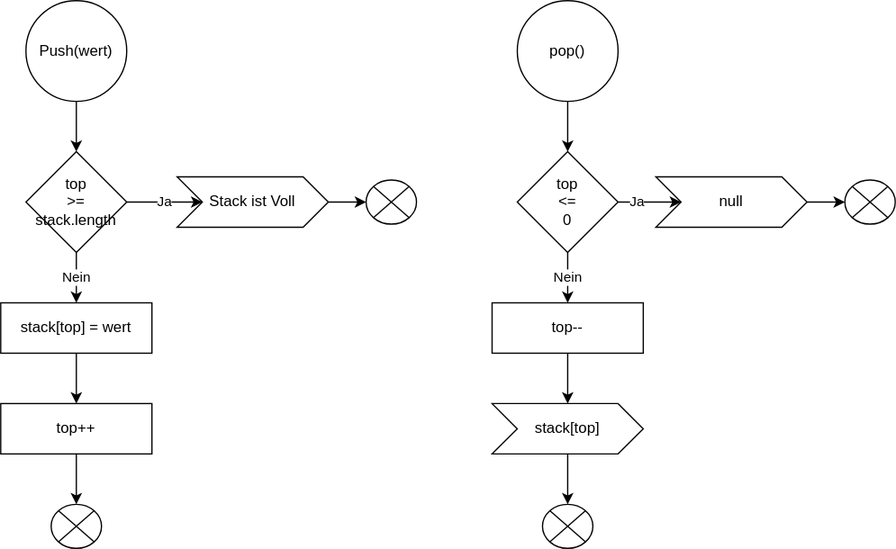
The draw.io diagram img/Stack_Diagram.drawio.svg in amariwan/Stack-Queue-LinkedList, before a commit. Source tidied: cells renumbered, new cells last; positions are measured from the earlier drawing's top-left corner, leaving out a move shared by most shapes.
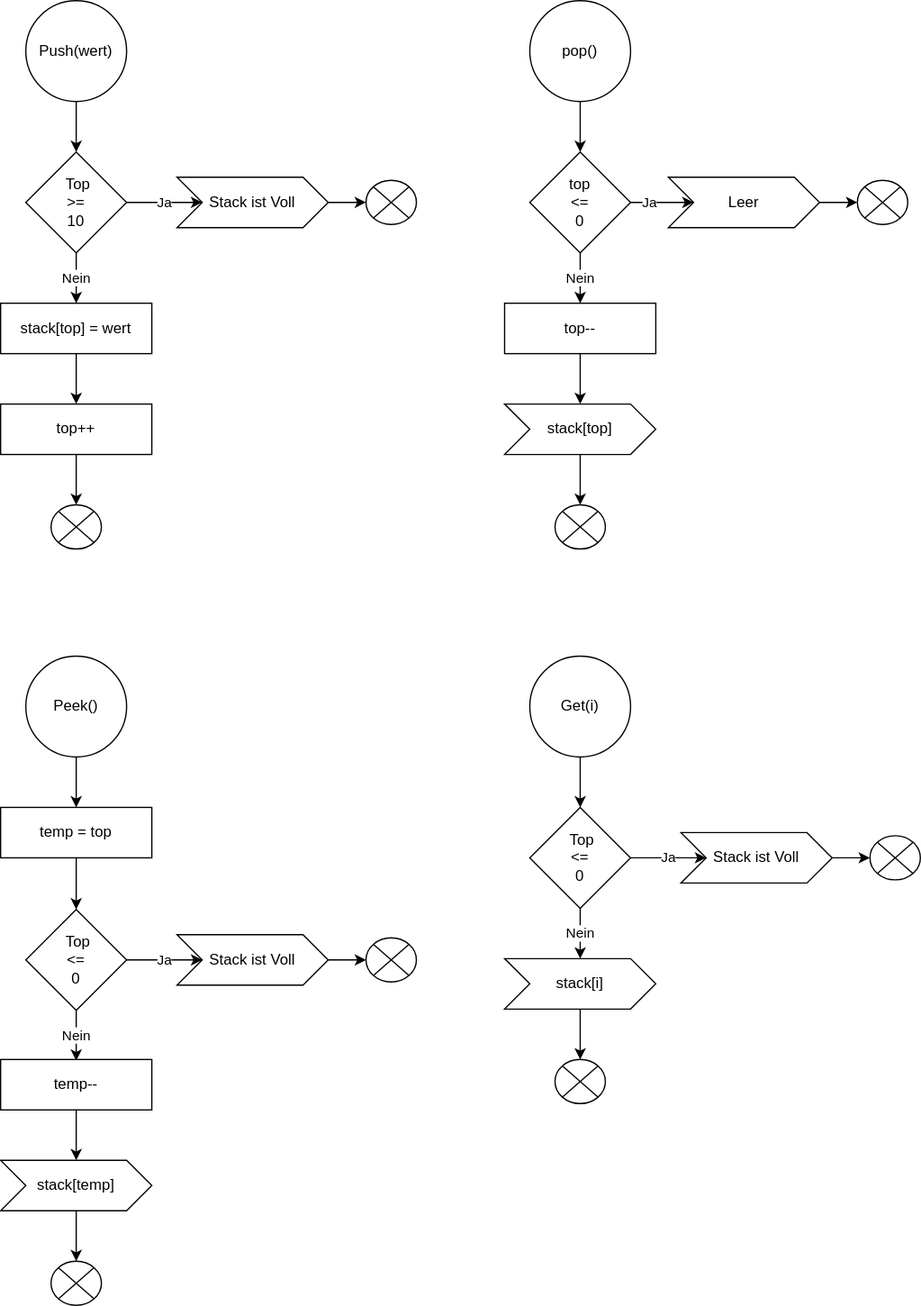
Later version of the same file.

Diff of the diagram source:
```diff
@@ -14,7 +14,7 @@
     <mxCell id="5" value="Nein" style="edgeStyle=orthogonalEdgeStyle;rounded=0;jettySize=auto;html=1;" parent="1" edge="1" source="6" target="11">
       <mxGeometry relative="1" as="geometry" />
     </mxCell>
-    <mxCell id="6" value="top &lt;br&gt;&amp;gt;= stack.length" style="rhombus;whiteSpace=wrap;html=1;" parent="1" vertex="1">
+    <mxCell id="6" value="&amp;nbsp;Top &lt;br&gt;&amp;gt;= &lt;br&gt;10" style="rhombus;whiteSpace=wrap;html=1;" parent="1" vertex="1">
       <mxGeometry x="20" y="120" width="80" height="80" as="geometry" />
     </mxCell>
     <mxCell id="7" style="edgeStyle=orthogonalEdgeStyle;rounded=0;jettySize=auto;html=1;" parent="1" edge="1" source="8" target="9">
@@ -45,7 +45,7 @@
       <mxGeometry relative="1" as="geometry" />
     </mxCell>
     <mxCell id="16" value="pop()" style="ellipse;whiteSpace=wrap;html=1;" parent="1" vertex="1">
-      <mxGeometry x="410" width="80" height="80" as="geometry" />
+      <mxGeometry x="420" width="80" height="80" as="geometry" />
     </mxCell>
     <mxCell id="17" value="Ja" style="edgeStyle=orthogonalEdgeStyle;rounded=0;jettySize=auto;html=1;entryX=0;entryY=0.5;entryDx=0;entryDy=0;" parent="1" edge="1" source="19" target="21">
       <mxGeometry relative="1" as="geometry" />
@@ -54,31 +54,115 @@
       <mxGeometry relative="1" as="geometry" />
     </mxCell>
     <mxCell id="19" value="top &lt;br&gt;&amp;lt;= &lt;br&gt;0" style="rhombus;whiteSpace=wrap;html=1;" parent="1" vertex="1">
-      <mxGeometry x="410" y="120" width="80" height="80" as="geometry" />
+      <mxGeometry x="420" y="120" width="80" height="80" as="geometry" />
     </mxCell>
     <mxCell id="20" style="edgeStyle=orthogonalEdgeStyle;rounded=0;jettySize=auto;html=1;" parent="1" edge="1" source="21" target="22">
       <mxGeometry relative="1" as="geometry" />
     </mxCell>
-    <mxCell id="21" value="null" style="shape=step;perimeter=stepPerimeter;whiteSpace=wrap;html=1;fixedSize=1;" parent="1" vertex="1">
-      <mxGeometry x="520" y="140" width="120" height="40" as="geometry" />
+    <mxCell id="21" value="Leer" style="shape=step;perimeter=stepPerimeter;whiteSpace=wrap;html=1;fixedSize=1;" parent="1" vertex="1">
+      <mxGeometry x="530" y="140" width="120" height="40" as="geometry" />
     </mxCell>
     <mxCell id="22" style="verticalLabelPosition=bottom;verticalAlign=top;html=1;shape=mxgraph.flowchart.or;" parent="1" vertex="1">
-      <mxGeometry x="670" y="142.5" width="40" height="35" as="geometry" />
+      <mxGeometry x="680" y="142.5" width="40" height="35" as="geometry" />
     </mxCell>
     <mxCell id="23" style="edgeStyle=orthogonalEdgeStyle;rounded=0;jettySize=auto;html=1;" parent="1" edge="1" source="24" target="26">
       <mxGeometry relative="1" as="geometry" />
     </mxCell>
     <mxCell id="24" value="top--" style="rounded=0;whiteSpace=wrap;html=1;" parent="1" vertex="1">
-      <mxGeometry x="390" y="240" width="120" height="40" as="geometry" />
+      <mxGeometry x="400" y="240" width="120" height="40" as="geometry" />
     </mxCell>
     <mxCell id="25" style="edgeStyle=orthogonalEdgeStyle;rounded=0;jettySize=auto;html=1;" parent="1" edge="1" source="26" target="27">
       <mxGeometry relative="1" as="geometry" />
     </mxCell>
     <mxCell id="26" value="stack[top]" style="shape=step;perimeter=stepPerimeter;whiteSpace=wrap;html=1;fixedSize=1;" parent="1" vertex="1">
-      <mxGeometry x="390" y="320" width="120" height="40" as="geometry" />
+      <mxGeometry x="400" y="320" width="120" height="40" as="geometry" />
     </mxCell>
     <mxCell id="27" style="verticalLabelPosition=bottom;verticalAlign=top;html=1;shape=mxgraph.flowchart.or;" parent="1" vertex="1">
-      <mxGeometry x="430" y="400" width="40" height="35" as="geometry" />
+      <mxGeometry x="440" y="400" width="40" height="35" as="geometry" />
     </mxCell>
+    <mxCell id="28" style="edgeStyle=orthogonalEdgeStyle;rounded=0;jettySize=auto;html=1;entryX=0.5;entryY=0;entryDx=0;entryDy=0;" parent="1" edge="1" source="29" target="37">
+      <mxGeometry relative="1" as="geometry" />
+    </mxCell>
+    <mxCell id="29" value="Peek()" style="ellipse;whiteSpace=wrap;html=1;" parent="1" vertex="1">
+      <mxGeometry x="20" y="520" width="80" height="80" as="geometry" />
+    </mxCell>
+    <mxCell id="30" value="Ja" style="edgeStyle=orthogonalEdgeStyle;rounded=0;jettySize=auto;html=1;" parent="1" edge="1" source="32" target="34">
+      <mxGeometry relative="1" as="geometry" />
+    </mxCell>
+    <mxCell id="31" value="Nein" style="edgeStyle=orthogonalEdgeStyle;rounded=0;jettySize=auto;html=1;" parent="1" edge="1" source="32">
+      <mxGeometry relative="1" as="geometry">
+        <mxPoint x="60" y="841" as="targetPoint" />
+      </mxGeometry>
+    </mxCell>
+    <mxCell id="32" value="&amp;nbsp;Top &lt;br&gt;&amp;lt;= &lt;br&gt;0" style="rhombus;whiteSpace=wrap;html=1;" parent="1" vertex="1">
+      <mxGeometry x="20" y="721" width="80" height="80" as="geometry" />
+    </mxCell>
+    <mxCell id="33" style="edgeStyle=orthogonalEdgeStyle;rounded=0;jettySize=auto;html=1;" parent="1" edge="1" source="34" target="35">
+      <mxGeometry relative="1" as="geometry" />
+    </mxCell>
+    <mxCell id="34" value="Stack ist Voll" style="shape=step;perimeter=stepPerimeter;whiteSpace=wrap;html=1;fixedSize=1;" parent="1" vertex="1">
+      <mxGeometry x="140" y="741" width="120" height="40" as="geometry" />
+    </mxCell>
+    <mxCell id="35" style="verticalLabelPosition=bottom;verticalAlign=top;html=1;shape=mxgraph.flowchart.or;" parent="1" vertex="1">
+      <mxGeometry x="290" y="743.5" width="40" height="35" as="geometry" />
+    </mxCell>
+    <mxCell id="36" style="edgeStyle=orthogonalEdgeStyle;rounded=0;jettySize=auto;html=1;fontSize=12;" parent="1" edge="1" source="37" target="32">
+      <mxGeometry relative="1" as="geometry" />
+    </mxCell>
+    <mxCell id="37" value="temp = top" style="rounded=0;whiteSpace=wrap;html=1;" parent="1" vertex="1">
+      <mxGeometry y="640" width="120" height="40" as="geometry" />
+    </mxCell>
+    <mxCell id="38" style="edgeStyle=orthogonalEdgeStyle;rounded=0;jettySize=auto;html=1;" parent="1" edge="1" source="39" target="41">
+      <mxGeometry relative="1" as="geometry" />
+    </mxCell>
+    <mxCell id="39" value="temp--" style="rounded=0;whiteSpace=wrap;html=1;" parent="1" vertex="1">
+      <mxGeometry y="840" width="120" height="40" as="geometry" />
+    </mxCell>
+    <mxCell id="40" style="edgeStyle=orthogonalEdgeStyle;rounded=0;jettySize=auto;html=1;" parent="1" edge="1" source="41" target="42">
+      <mxGeometry relative="1" as="geometry" />
+    </mxCell>
+    <mxCell id="41" value="stack[temp]" style="shape=step;perimeter=stepPerimeter;whiteSpace=wrap;html=1;fixedSize=1;" parent="1" vertex="1">
+      <mxGeometry y="920" width="120" height="40" as="geometry" />
+    </mxCell>
+    <mxCell id="42" style="verticalLabelPosition=bottom;verticalAlign=top;html=1;shape=mxgraph.flowchart.or;" parent="1" vertex="1">
+      <mxGeometry x="40" y="1000" width="40" height="35" as="geometry" />
+    </mxCell>
+    <mxCell id="43" style="edgeStyle=orthogonalEdgeStyle;rounded=0;jettySize=auto;html=1;fontSize=12;" parent="1" edge="1" source="44" target="45">
+      <mxGeometry relative="1" as="geometry" />
+    </mxCell>
+    <mxCell id="44" value="Get(i)" style="ellipse;whiteSpace=wrap;html=1;" parent="1" vertex="1">
+      <mxGeometry x="420" y="520" width="80" height="80" as="geometry" />
+    </mxCell>
+    <mxCell id="45" value="&amp;nbsp;Top &lt;br&gt;&amp;lt;= &lt;br&gt;0" style="rhombus;whiteSpace=wrap;html=1;" parent="1" vertex="1">
+      <mxGeometry x="420" y="640" width="80" height="80" as="geometry" />
+    </mxCell>
+    <mxCell id="46" value="Ja" style="edgeStyle=orthogonalEdgeStyle;rounded=0;jettySize=auto;html=1;" parent="1" edge="1" target="48">
+      <mxGeometry relative="1" as="geometry">
+        <mxPoint x="500" y="680" as="sourcePoint" />
+      </mxGeometry>
+    </mxCell>
+    <mxCell id="47" style="edgeStyle=orthogonalEdgeStyle;rounded=0;jettySize=auto;html=1;" parent="1" edge="1" source="48" target="49">
+      <mxGeometry relative="1" as="geometry" />
+    </mxCell>
+    <mxCell id="48" value="Stack ist Voll" style="shape=step;perimeter=stepPerimeter;whiteSpace=wrap;html=1;fixedSize=1;" parent="1" vertex="1">
+      <mxGeometry x="540" y="660" width="120" height="40" as="geometry" />
+    </mxCell>
+    <mxCell id="49" style="verticalLabelPosition=bottom;verticalAlign=top;html=1;shape=mxgraph.flowchart.or;" parent="1" vertex="1">
+      <mxGeometry x="690" y="662.5" width="40" height="35" as="geometry" />
+    </mxCell>
+    <mxCell id="50" value="Nein" style="edgeStyle=orthogonalEdgeStyle;rounded=0;jettySize=auto;html=1;entryX=0.5;entryY=0;entryDx=0;entryDy=0;" parent="1" edge="1" target="52">
+      <mxGeometry relative="1" as="geometry">
+        <mxPoint x="460" y="720" as="sourcePoint" />
+      </mxGeometry>
+    </mxCell>
+    <mxCell id="51" style="edgeStyle=orthogonalEdgeStyle;rounded=0;jettySize=auto;html=1;" parent="1" edge="1" source="52" target="53">
+      <mxGeometry relative="1" as="geometry" />
+    </mxCell>
+    <mxCell id="52" value="stack[i]" style="shape=step;perimeter=stepPerimeter;whiteSpace=wrap;html=1;fixedSize=1;" parent="1" vertex="1">
+      <mxGeometry x="400" y="760" width="120" height="40" as="geometry" />
+    </mxCell>
+    <mxCell id="53" style="verticalLabelPosition=bottom;verticalAlign=top;html=1;shape=mxgraph.flowchart.or;" parent="1" vertex="1">
+      <mxGeometry x="440" y="840" width="40" height="35" as="geometry" />
+    </mxCell>
   </root>
 </mxGraphModel>
```
